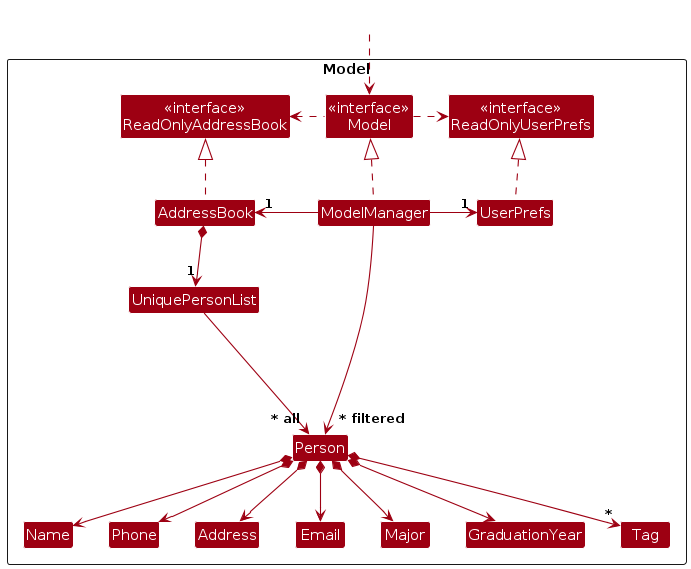
This is diagrams/ModelClassDiagram.png from AY2627S1-CS2103T-F15-3/tp, a PlantUML export, as it was before one commit. Its source is kept beside it as diagrams/ModelClassDiagram.puml.
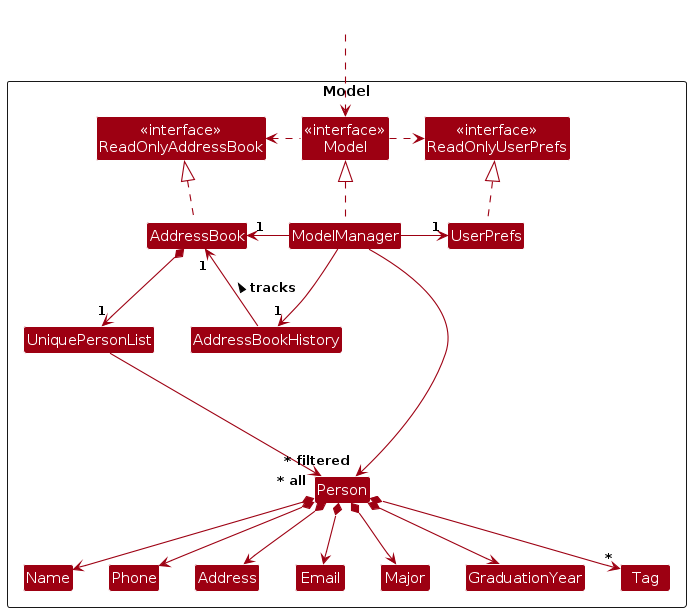
The same file after the commit.

Change to the diagram source:
```diff
@@ -10,6 +10,7 @@
 Class "<<interface>>\nModel" as Model
 Class AddressBook
 Class ModelManager
+Class AddressBookHistory
 Class UserPrefs
 
 Class UniquePersonList
@@ -34,6 +35,8 @@
 Model .right.> ReadOnlyUserPrefs
 Model .left.> ReadOnlyAddressBook
 ModelManager -left-> "1" AddressBook
+ModelManager -down-> "1" AddressBookHistory
+AddressBookHistory -left-> "1" AddressBook : tracks >
 ModelManager -right-> "1" UserPrefs
 UserPrefs .up.|> ReadOnlyUserPrefs
 
```
